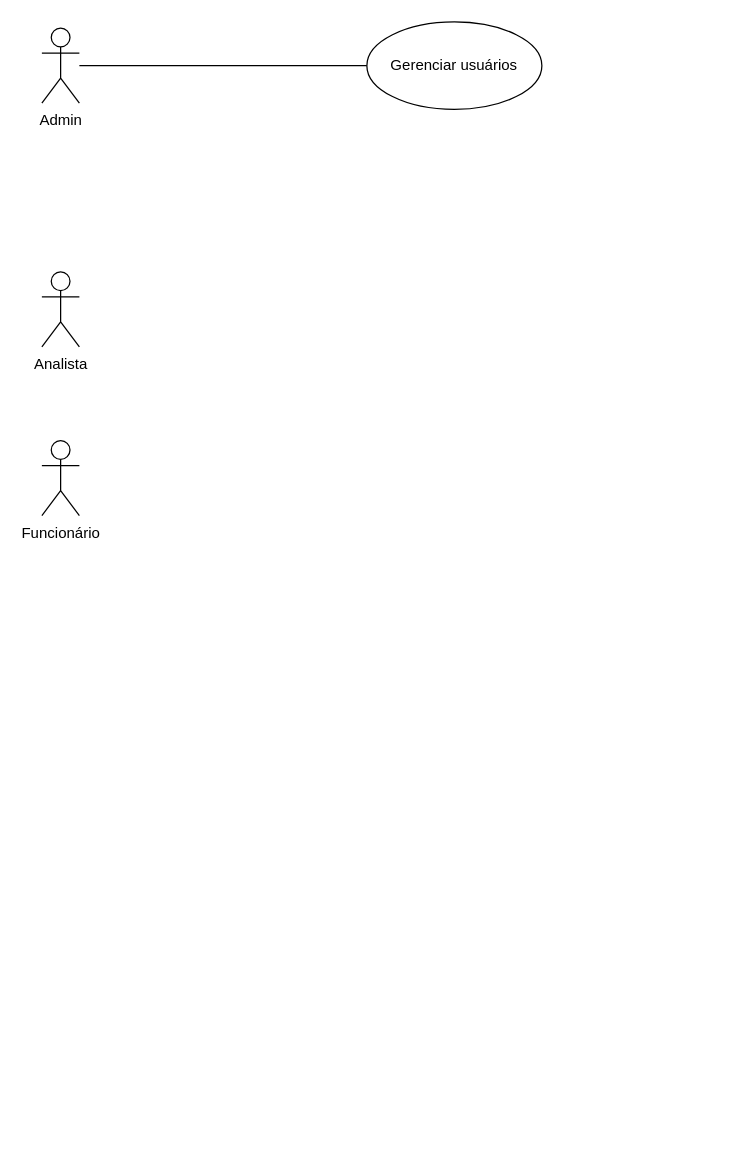
Earlier version of the draw.io diagram page "Uso" (2 of 2) of Financ.drawio (Raiobrine/DrawIO). Source tidied: cells renumbered, new cells numbered last; positions are measured from the earlier drawing's top-left corner, leaving out a move shared by most shapes. Both pictures are drawn from the tidied source at 125%, with x=0, y=0 at pixel (41, 21).
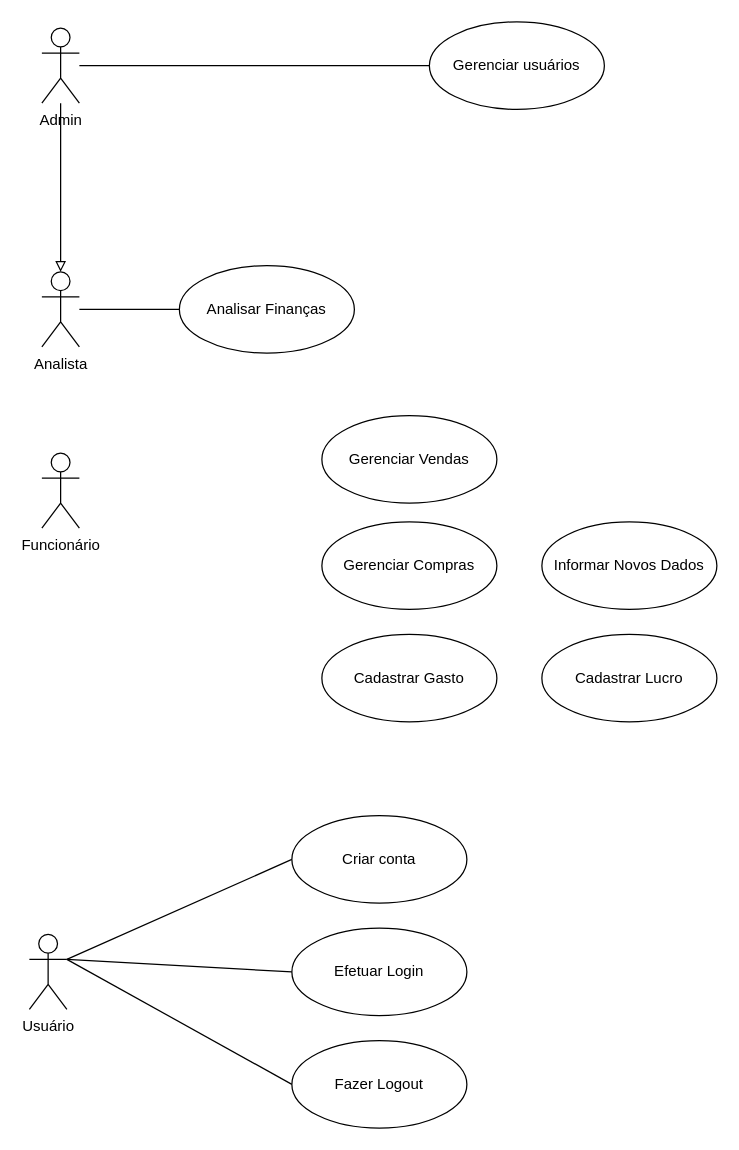
The same page after the edit.

The change refers to these unchanged cells:
```xml
<mxCell id="3" value="Admin&lt;br&gt;" style="shape=umlActor;verticalLabelPosition=bottom;verticalAlign=top;html=1;" parent="1" vertex="1">
  <mxGeometry y="5" width="30" height="60" as="geometry" />
</mxCell>
<mxCell id="5" value="Analista&lt;br&gt;" style="shape=umlActor;verticalLabelPosition=bottom;verticalAlign=top;html=1;" parent="1" vertex="1">
  <mxGeometry y="200" width="30" height="60" as="geometry" />
</mxCell>
```

Diff of the diagram source:
```diff
@@
+    <mxCell id="7" style="edgeStyle=orthogonalEdgeStyle;rounded=0;jettySize=auto;html=1;entryX=0.5;entryY=0;entryDx=0;entryDy=0;entryPerimeter=0;endArrow=block;endFill=0;" parent="1" edge="1" source="3" target="5">
+      <mxGeometry relative="1" as="geometry" />
+    </mxCell>
@@
     <mxCell id="4" value="Gerenciar usuários" style="ellipse;whiteSpace=wrap;html=1;" parent="1" vertex="1">
-      <mxGeometry x="260" width="140" height="70" as="geometry" />
+      <mxGeometry x="310" width="140" height="70" as="geometry" />
     </mxCell>
+    <mxCell id="8" style="edgeStyle=orthogonalEdgeStyle;rounded=0;jettySize=auto;html=1;endArrow=none;endFill=0;" parent="1" edge="1" source="5" target="12">
+      <mxGeometry relative="1" as="geometry" />
+    </mxCell>
@@
+    <mxCell id="9" style="rounded=0;jettySize=auto;html=1;exitX=1;exitY=0.3333333333333333;exitDx=0;exitDy=0;exitPerimeter=0;entryX=0;entryY=0.5;entryDx=0;entryDy=0;endArrow=none;endFill=0;" parent="1" edge="1" source="6" target="17">
+      <mxGeometry relative="1" as="geometry" />
+    </mxCell>
+    <mxCell id="10" style="edgeStyle=none;rounded=0;jettySize=auto;html=1;exitX=1;exitY=0.3333333333333333;exitDx=0;exitDy=0;exitPerimeter=0;entryX=0;entryY=0.5;entryDx=0;entryDy=0;endArrow=none;endFill=0;" parent="1" edge="1" source="6" target="18">
+      <mxGeometry relative="1" as="geometry" />
+    </mxCell>
+    <mxCell id="11" style="edgeStyle=none;rounded=0;jettySize=auto;html=1;exitX=1;exitY=0.3333333333333333;exitDx=0;exitDy=0;exitPerimeter=0;entryX=0;entryY=0.5;entryDx=0;entryDy=0;endArrow=none;endFill=0;" parent="1" edge="1" source="6" target="19">
+      <mxGeometry relative="1" as="geometry" />
+    </mxCell>
-    <mxCell id="6" value="Funcionário" style="shape=umlActor;verticalLabelPosition=bottom;verticalAlign=top;html=1;" parent="1" vertex="1">
-      <mxGeometry y="335" width="30" height="60" as="geometry" />
+    <mxCell id="6" value="Usuário" style="shape=umlActor;verticalLabelPosition=bottom;verticalAlign=top;html=1;" parent="1" vertex="1">
+      <mxGeometry x="-10" y="730" width="30" height="60" as="geometry" />
     </mxCell>
+    <mxCell id="12" value="Analisar Finanças" style="ellipse;whiteSpace=wrap;html=1;" parent="1" vertex="1">
+      <mxGeometry x="110" y="195" width="140" height="70" as="geometry" />
+    </mxCell>
+    <mxCell id="13" value="Gerenciar Vendas" style="ellipse;whiteSpace=wrap;html=1;" parent="1" vertex="1">
+      <mxGeometry x="224" y="315" width="140" height="70" as="geometry" />
+    </mxCell>
+    <mxCell id="14" value="Gerenciar Compras" style="ellipse;whiteSpace=wrap;html=1;" parent="1" vertex="1">
+      <mxGeometry x="224" y="400" width="140" height="70" as="geometry" />
+    </mxCell>
+    <mxCell id="15" value="Cadastrar Gasto" style="ellipse;whiteSpace=wrap;html=1;" parent="1" vertex="1">
+      <mxGeometry x="224" y="490" width="140" height="70" as="geometry" />
+    </mxCell>
+    <mxCell id="16" value="Funcionário" style="shape=umlActor;verticalLabelPosition=bottom;verticalAlign=top;html=1;" parent="1" vertex="1">
+      <mxGeometry y="345" width="30" height="60" as="geometry" />
+    </mxCell>
+    <mxCell id="17" value="Criar conta" style="ellipse;whiteSpace=wrap;html=1;" parent="1" vertex="1">
+      <mxGeometry x="200" y="635" width="140" height="70" as="geometry" />
+    </mxCell>
+    <mxCell id="18" value="Efetuar Login" style="ellipse;whiteSpace=wrap;html=1;" parent="1" vertex="1">
+      <mxGeometry x="200" y="725" width="140" height="70" as="geometry" />
+    </mxCell>
+    <mxCell id="19" value="Fazer Logout" style="ellipse;whiteSpace=wrap;html=1;" parent="1" vertex="1">
+      <mxGeometry x="200" y="815" width="140" height="70" as="geometry" />
+    </mxCell>
+    <mxCell id="20" value="Cadastrar Lucro" style="ellipse;whiteSpace=wrap;html=1;" parent="1" vertex="1">
+      <mxGeometry x="400" y="490" width="140" height="70" as="geometry" />
+    </mxCell>
+    <mxCell id="21" value="Informar Novos Dados" style="ellipse;whiteSpace=wrap;html=1;" parent="1" vertex="1">
+      <mxGeometry x="400" y="400" width="140" height="70" as="geometry" />
+    </mxCell>
```
